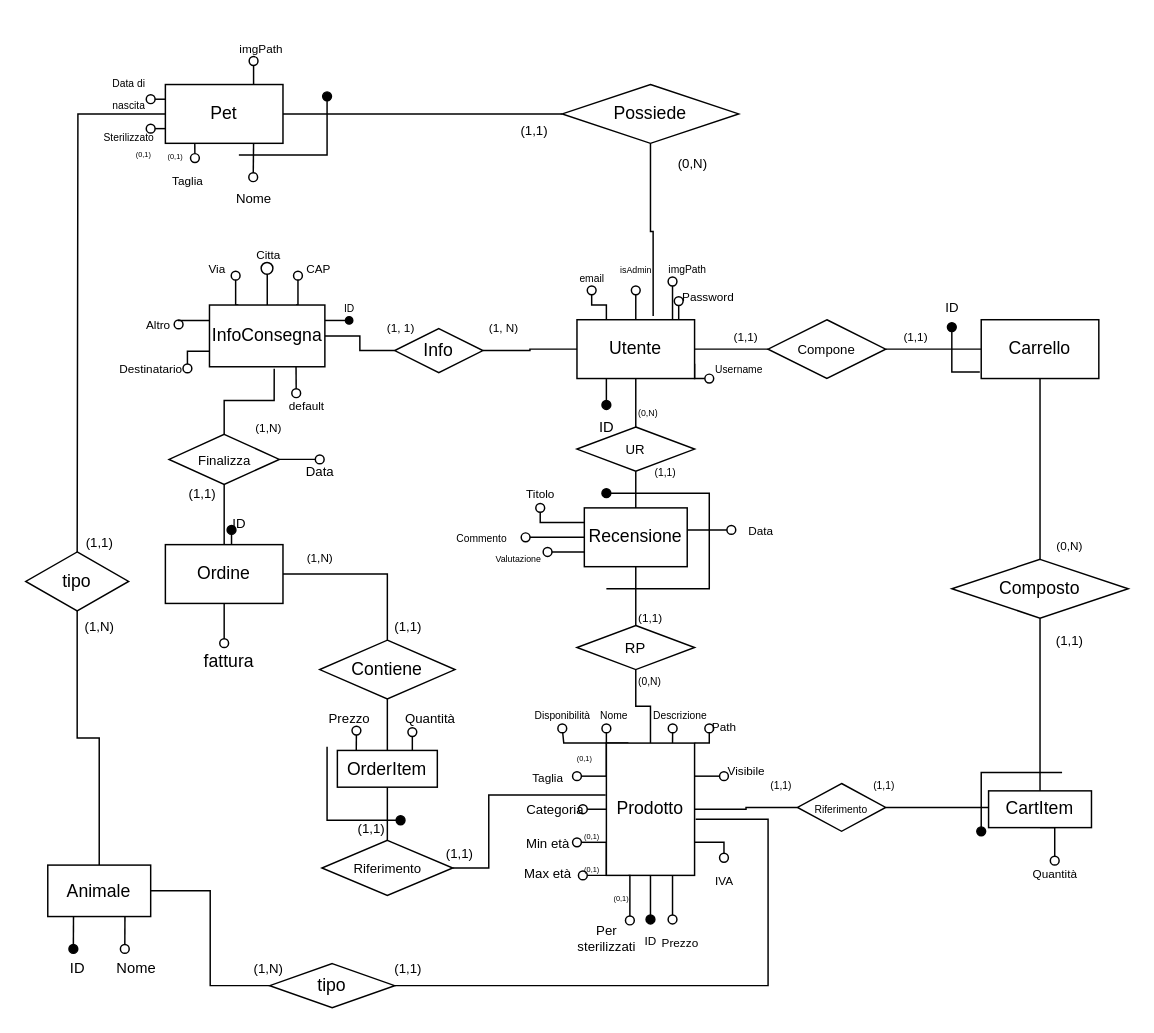
Earlier version of the draw.io diagram Documenti/DrawIo&Images/DarwinShopNormalized.drawio (NumberZeroo/TSW_Proj). Source tidied: cells renumbered, new cells numbered last; positions are measured from the earlier drawing's top-left corner, leaving out a move shared by most shapes. Both pictures are drawn from the tidied source at 147%, with x=0, y=0 at pixel (25, 25).
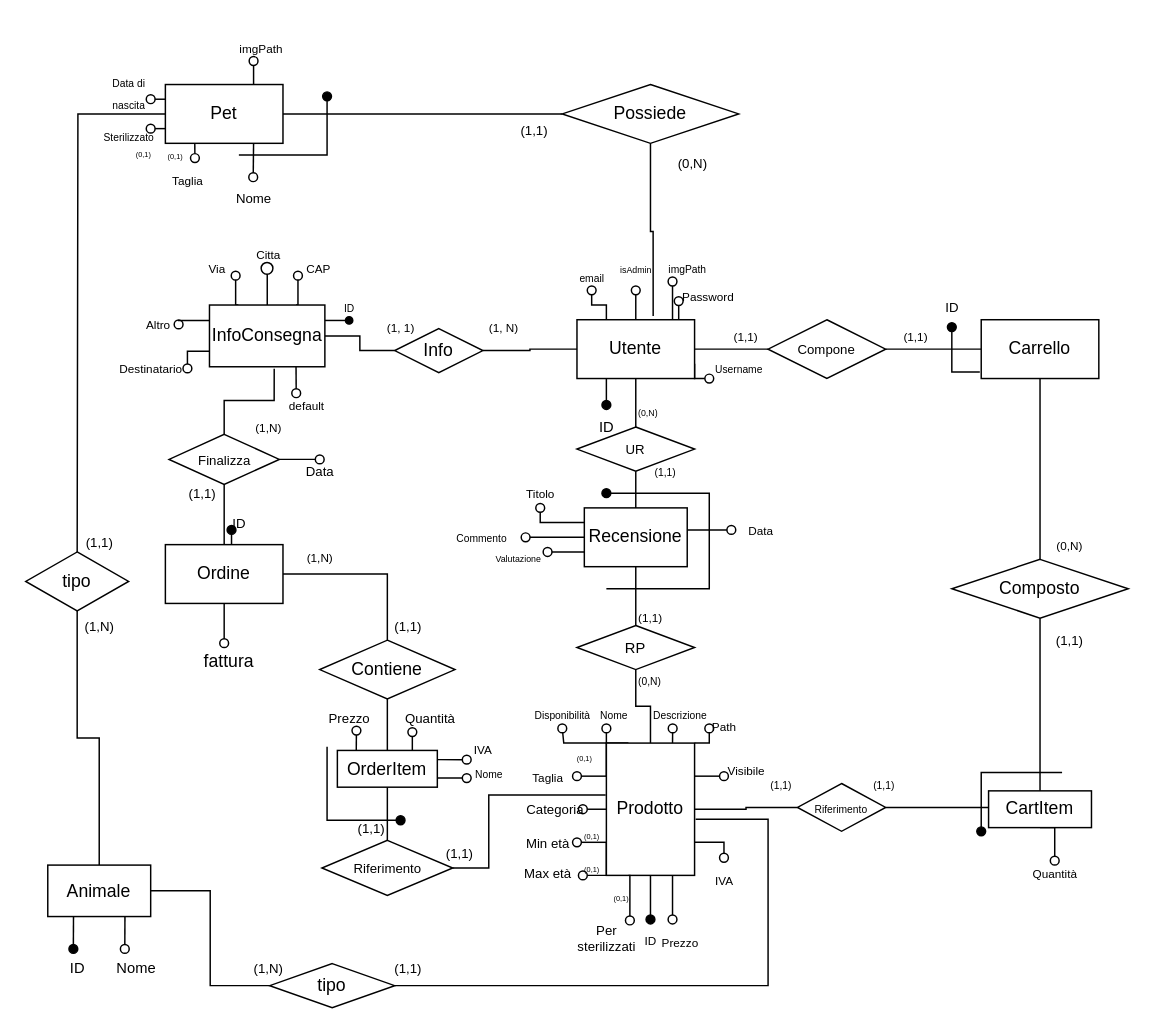
The same diagram, later.

Commit message (it also covers changes not shown here):
Allineamento con cambiamenti nel db

Unchanged cells that the change refers to:
```xml
<mxCell id="121" value="OrderItem" style="whiteSpace=wrap;html=1;" parent="1" vertex="1">
  <mxGeometry x="212" y="493" width="68" height="25" as="geometry" />
</mxCell>
```

Diff of the diagram source:
```diff
@@
+    <mxCell id="172" style="edgeStyle=orthogonalEdgeStyle;rounded=0;jettySize=auto;html=1;exitX=1;exitY=0.25;exitDx=0;exitDy=0;endArrow=oval;endFill=0;" parent="1" edge="1" source="121">
+      <mxGeometry relative="1" as="geometry">
+        <mxPoint x="300" y="499.3" as="targetPoint" />
+      </mxGeometry>
+    </mxCell>
+    <mxCell id="173" style="edgeStyle=orthogonalEdgeStyle;rounded=0;jettySize=auto;html=1;exitX=1;exitY=0.75;exitDx=0;exitDy=0;endArrow=oval;endFill=0;strokeWidth=1;" parent="1" edge="1" source="121">
+      <mxGeometry relative="1" as="geometry">
+        <mxPoint x="300" y="511.8" as="targetPoint" />
+      </mxGeometry>
+    </mxCell>
@@
+    <mxCell id="174" value="&lt;font style=&quot;font-size: 8px;&quot;&gt;IVA&lt;/font&gt;" style="text;html=1;align=center;verticalAlign=middle;strokeColor=none;fillColor=none;" parent="1" vertex="1">
+      <mxGeometry x="290.5" y="476.5" width="40" height="30" as="geometry" />
+    </mxCell>
+    <mxCell id="175" value="&lt;font style=&quot;font-size: 7px;&quot;&gt;Nome&lt;/font&gt;" style="text;html=1;align=center;verticalAlign=middle;strokeColor=none;fillColor=none;" parent="1" vertex="1">
+      <mxGeometry x="295" y="493" width="40" height="30" as="geometry" />
+    </mxCell>
```
